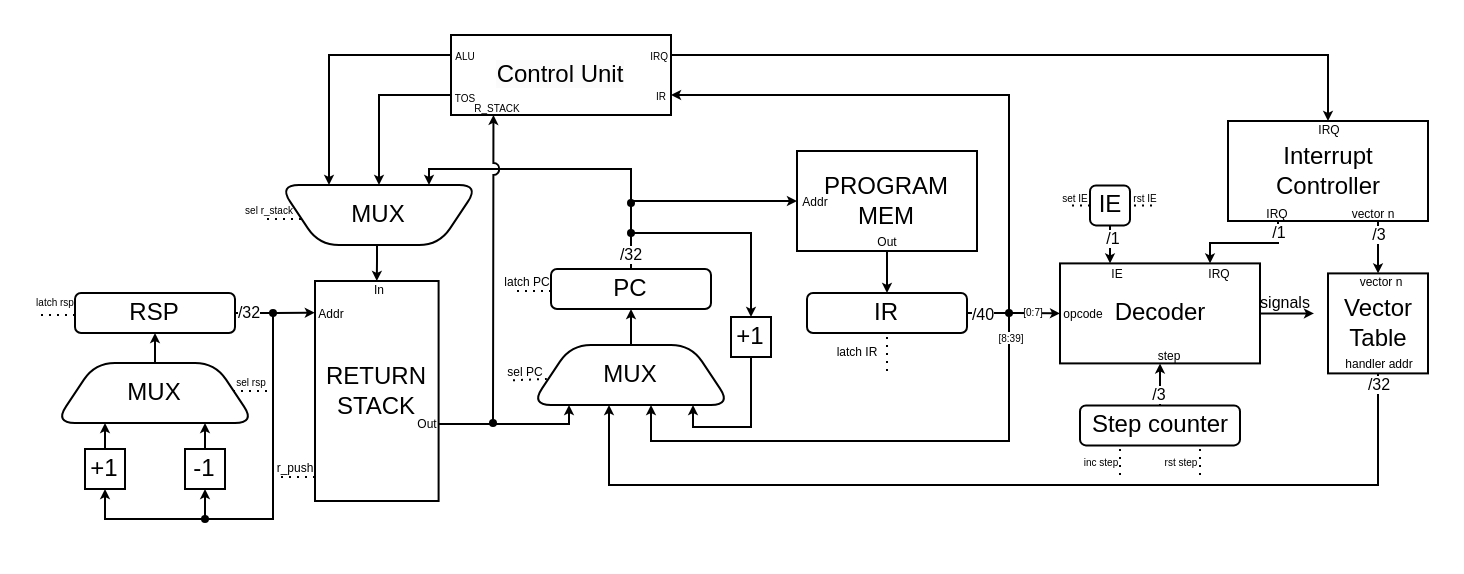
Before: page "CU" (1 of 2) of docs/scheme/scheme.drawio in lysmux/csa-ak-4, a draw.io diagram. Source tidied: cells renumbered, new cells numbered last; positions are measured from the earlier drawing's top-left corner, leaving out a move shared by most shapes. Both pictures are drawn from the tidied source at 200%, with x=0, y=0 at pixel (40, 34).
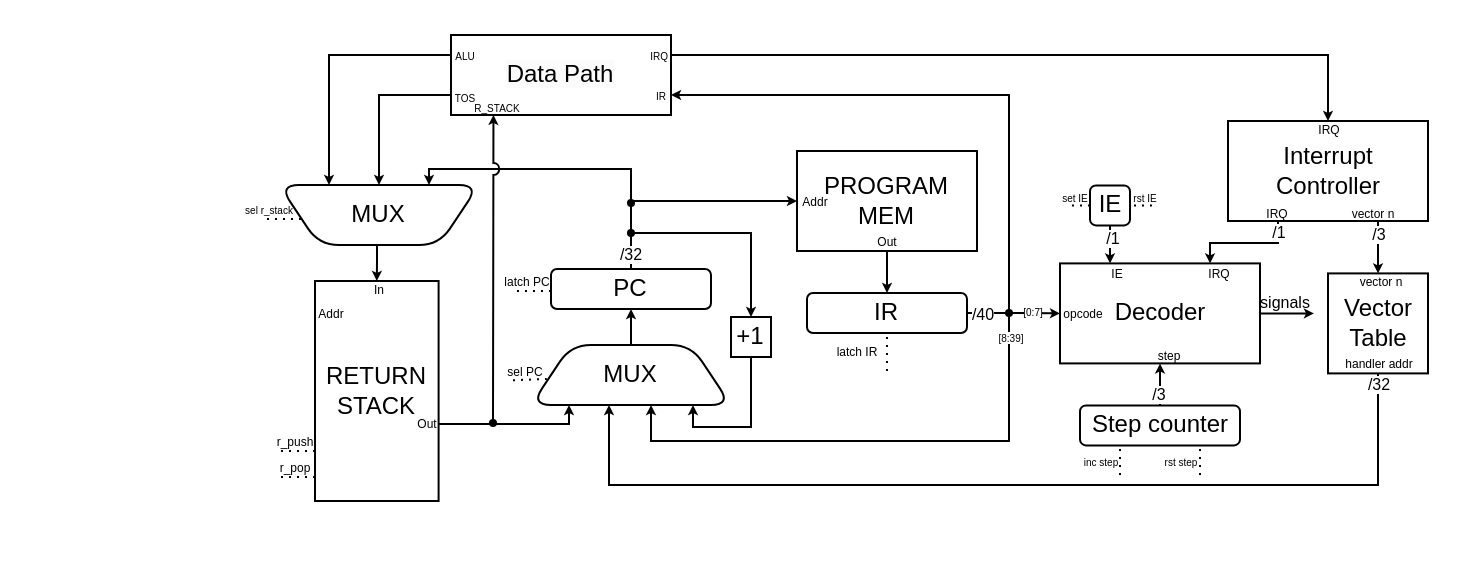
After the change.

The change refers to these unchanged cells:
```xml
<mxCell id="14" value="RETURN&lt;div&gt;STACK&lt;/div&gt;" style="whiteSpace=wrap;html=1;points=[[0,0,0,0,0],[0,0.25,0,0,0],[0,0.5,0,0,0],[0,0.75,0,0,0],[0,1,0,0,0],[0.25,0,0,0,0],[0.25,1,0,0,0],[0.5,0,0,0,0],[0.5,1,0,0,0],[0.75,0,0,0,0],[0.75,1,0,0,0],[1,0,0,0,0],[1,0.25,0,0,0],[1,0.5,0,0,0],[1,0.65,0,0,0],[1,1,0,0,0]];" parent="1" vertex="1">
  <mxGeometry x="137" y="123" width="61.8" height="110" as="geometry" />
</mxCell>
```

Diff of the diagram source:
```diff
@@
-    <mxCell id="4" style="edgeStyle=orthogonalEdgeStyle;rounded=0;jettySize=auto;html=1;exitX=1;exitY=0.5;exitDx=0;exitDy=0;entryX=0.5;entryY=1;entryDx=0;entryDy=0;endSize=2;" parent="1" edge="1" source="6" target="11">
-      <mxGeometry relative="1" as="geometry">
-        <Array as="points">
-          <mxPoint x="116" y="139" />
-          <mxPoint x="116" y="242" />
-          <mxPoint x="82" y="242" />
-        </Array>
-      </mxGeometry>
-    </mxCell>
-    <mxCell id="5" style="edgeStyle=orthogonalEdgeStyle;rounded=0;jettySize=auto;html=1;exitX=1;exitY=0.5;exitDx=0;exitDy=0;entryX=0.5;entryY=1;entryDx=0;entryDy=0;endSize=2;" parent="1" edge="1" source="6" target="10">
-      <mxGeometry relative="1" as="geometry">
-        <Array as="points">
-          <mxPoint x="116" y="139" />
-          <mxPoint x="116" y="242" />
-          <mxPoint x="32" y="242" />
-        </Array>
-      </mxGeometry>
-    </mxCell>
-    <mxCell id="6" value="RSP" style="rounded=1;whiteSpace=wrap;html=1;" parent="1" vertex="1">
-      <mxGeometry x="17" y="129" width="80" height="20" as="geometry" />
-    </mxCell>
-    <mxCell id="7" value="MUX" style="shape=trapezoid;perimeter=trapezoidPerimeter;whiteSpace=wrap;html=1;fixedSize=1;direction=east;rounded=1;" parent="1" vertex="1">
-      <mxGeometry x="7" y="164" width="100" height="30" as="geometry" />
-    </mxCell>
-    <mxCell id="8" style="endArrow=classic;html=1;rounded=0;entryX=0.5;entryY=1;entryDx=0;entryDy=0;exitX=0.5;exitY=0;exitDx=0;exitDy=0;endFill=1;startSize=2;endSize=2;" parent="1" edge="1" source="7" target="6">
-      <mxGeometry relative="1" as="geometry" />
-    </mxCell>
-    <mxCell id="9" style="endArrow=classic;html=1;rounded=0;entryX=0.25;entryY=1;entryDx=0;entryDy=0;exitX=0.5;exitY=0;exitDx=0;exitDy=0;endFill=1;endSize=2;" parent="1" edge="1" source="10" target="7">
-      <mxGeometry relative="1" as="geometry" />
-    </mxCell>
-    <mxCell id="10" value="+1" style="rounded=0;whiteSpace=wrap;html=1;" parent="1" vertex="1">
-      <mxGeometry x="22" y="207" width="20" height="20" as="geometry" />
-    </mxCell>
-    <mxCell id="11" value="-1" style="rounded=0;whiteSpace=wrap;html=1;" parent="1" vertex="1">
-      <mxGeometry x="72" y="207" width="20" height="20" as="geometry" />
-    </mxCell>
-    <mxCell id="12" style="endArrow=classic;html=1;rounded=0;entryX=0.75;entryY=1;entryDx=0;entryDy=0;exitX=0.5;exitY=0;exitDx=0;exitDy=0;endFill=1;endSize=2;" parent="1" edge="1" source="11" target="7">
-      <mxGeometry relative="1" as="geometry" />
-    </mxCell>
@@
-    <mxCell id="15" style="endArrow=none;dashed=1;html=1;dashPattern=1 3;strokeWidth=1;rounded=0;exitX=1;exitY=0.5;exitDx=0;exitDy=0;" parent="1" edge="1">
-      <mxGeometry relative="1" as="geometry">
-        <mxPoint x="96" y="178" as="sourcePoint" />
-        <mxPoint x="113.7" y="178" as="targetPoint" />
-      </mxGeometry>
-    </mxCell>
-    <mxCell id="16" value="&lt;span style=&quot;font-size: 5px;&quot;&gt;sel rsp&lt;/span&gt;" style="edgeLabel;html=1;align=center;verticalAlign=bottom;labelPosition=center;verticalLabelPosition=top;labelBackgroundColor=none;" parent="15" vertex="1">
-      <mxGeometry relative="1" as="geometry">
-        <mxPoint x="-1" y="2" as="offset" />
-      </mxGeometry>
-    </mxCell>
@@
-    <mxCell id="31" style="endArrow=none;dashed=1;html=1;dashPattern=1 3;strokeWidth=1;rounded=0;exitX=1;exitY=0.5;exitDx=0;exitDy=0;" parent="1" edge="1">
-      <mxGeometry relative="1" as="geometry">
-        <mxPoint y="140" as="sourcePoint" />
-        <mxPoint x="17.7" y="140" as="targetPoint" />
-      </mxGeometry>
-    </mxCell>
-    <mxCell id="32" value="&lt;span style=&quot;font-size: 5px;&quot;&gt;latch rsp&lt;/span&gt;" style="edgeLabel;html=1;align=center;verticalAlign=bottom;labelPosition=center;verticalLabelPosition=top;labelBackgroundColor=none;" parent="31" vertex="1">
-      <mxGeometry relative="1" as="geometry">
-        <mxPoint x="-3" as="offset" />
-      </mxGeometry>
-    </mxCell>
-    <mxCell id="33" style="edgeStyle=orthogonalEdgeStyle;rounded=0;jettySize=auto;html=1;entryX=-0.001;entryY=0.144;entryDx=0;entryDy=0;entryPerimeter=0;endSize=2;" parent="1" edge="1" source="6" target="14">
-      <mxGeometry relative="1" as="geometry" />
-    </mxCell>
-    <mxCell id="34" value="/32" style="edgeLabel;html=1;align=center;verticalAlign=middle;fontSize=8;" parent="33" vertex="1">
-      <mxGeometry x="0.56" relative="1" as="geometry">
-        <mxPoint x="-24" as="offset" />
-      </mxGeometry>
-    </mxCell>
@@
     <mxCell id="60" style="endArrow=none;dashed=1;html=1;dashPattern=1 3;strokeWidth=1;rounded=0;exitX=1;exitY=0.5;exitDx=0;exitDy=0;" parent="1" edge="1">
       <mxGeometry relative="1" as="geometry">
-        <mxPoint x="120" y="221" as="sourcePoint" />
-        <mxPoint x="137.7" y="221" as="targetPoint" />
+        <mxPoint x="120" y="208" as="sourcePoint" />
+        <mxPoint x="137.7" y="208" as="targetPoint" />
       </mxGeometry>
     </mxCell>
@@
-    <mxCell id="71" style="shape=waypoint;sketch=0;fillStyle=solid;size=6;fillColor=none;perimeter=centerPerimeter;strokeWidth=0;" parent="1" vertex="1">
-      <mxGeometry x="72" y="232" width="20" height="20" as="geometry" />
-    </mxCell>
-    <mxCell id="72" style="shape=waypoint;sketch=0;fillStyle=solid;size=6;fillColor=none;perimeter=centerPerimeter;strokeWidth=0;" parent="1" vertex="1">
-      <mxGeometry x="106" y="129" width="20" height="20" as="geometry" />
-    </mxCell>
@@
-    <mxCell id="97" value="&lt;span style=&quot;color: rgb(0, 0, 0); font-family: Helvetica; font-size: 12px; font-style: normal; font-variant-ligatures: normal; font-variant-caps: normal; font-weight: 400; letter-spacing: normal; orphans: 2; text-align: center; text-indent: 0px; text-transform: none; widows: 2; word-spacing: 0px; -webkit-text-stroke-width: 0px; white-space: normal; background-color: rgb(251, 251, 251); text-decoration-thickness: initial; text-decoration-style: initial; text-decoration-color: initial; display: inline !important; float: none;&quot;&gt;Control Unit&lt;/span&gt;" style="rounded=0;whiteSpace=wrap;html=1;points=[[0,0,0,0,0],[0,0.25,0,0,0],[0,0.5,0,0,0],[0,0.75,0,0,0],[0,1,0,0,0],[0.16,0,0,0,0],[0.25,1,0,0,0],[0.33,0,0,0,0],[0.5,0,0,0,0],[0.5,1,0,0,0],[0.67,0,0,0,0],[0.75,1,0,0,0],[0.84,0,0,0,0],[1,0,0,0,0],[1,0.25,0,0,0],[1,0.5,0,0,0],[1,0.75,0,0,0],[1,1,0,0,0]];direction=west;" parent="1" vertex="1">
+    <mxCell id="97" value="&lt;span style=&quot;color: rgb(0, 0, 0); font-family: Helvetica; font-size: 12px; font-style: normal; font-variant-ligatures: normal; font-variant-caps: normal; font-weight: 400; letter-spacing: normal; orphans: 2; text-align: center; text-indent: 0px; text-transform: none; widows: 2; word-spacing: 0px; -webkit-text-stroke-width: 0px; white-space: normal; background-color: rgb(251, 251, 251); text-decoration-thickness: initial; text-decoration-style: initial; text-decoration-color: initial; display: inline !important; float: none;&quot;&gt;Data Path&lt;/span&gt;" style="rounded=0;whiteSpace=wrap;html=1;points=[[0,0,0,0,0],[0,0.25,0,0,0],[0,0.5,0,0,0],[0,0.75,0,0,0],[0,1,0,0,0],[0.16,0,0,0,0],[0.25,1,0,0,0],[0.33,0,0,0,0],[0.5,0,0,0,0],[0.5,1,0,0,0],[0.67,0,0,0,0],[0.75,1,0,0,0],[0.84,0,0,0,0],[1,0,0,0,0],[1,0.25,0,0,0],[1,0.5,0,0,0],[1,0.75,0,0,0],[1,1,0,0,0]];direction=west;" parent="1" vertex="1">
       <mxGeometry x="205" width="110" height="40" as="geometry" />
     </mxCell>
@@
+    <mxCell id="105" style="endArrow=none;dashed=1;html=1;dashPattern=1 3;strokeWidth=1;rounded=0;exitX=1;exitY=0.5;exitDx=0;exitDy=0;" parent="1" edge="1">
+      <mxGeometry relative="1" as="geometry">
+        <mxPoint x="120" y="221" as="sourcePoint" />
+        <mxPoint x="137.7" y="221" as="targetPoint" />
+      </mxGeometry>
+    </mxCell>
+    <mxCell id="106" value="&lt;span style=&quot;font-size: 6px;&quot;&gt;r_pop&lt;/span&gt;" style="edgeLabel;html=1;align=center;verticalAlign=bottom;labelPosition=center;verticalLabelPosition=top;labelBackgroundColor=none;" parent="105" vertex="1">
+      <mxGeometry relative="1" as="geometry">
+        <mxPoint x="-3" y="2" as="offset" />
+      </mxGeometry>
+    </mxCell>
```
